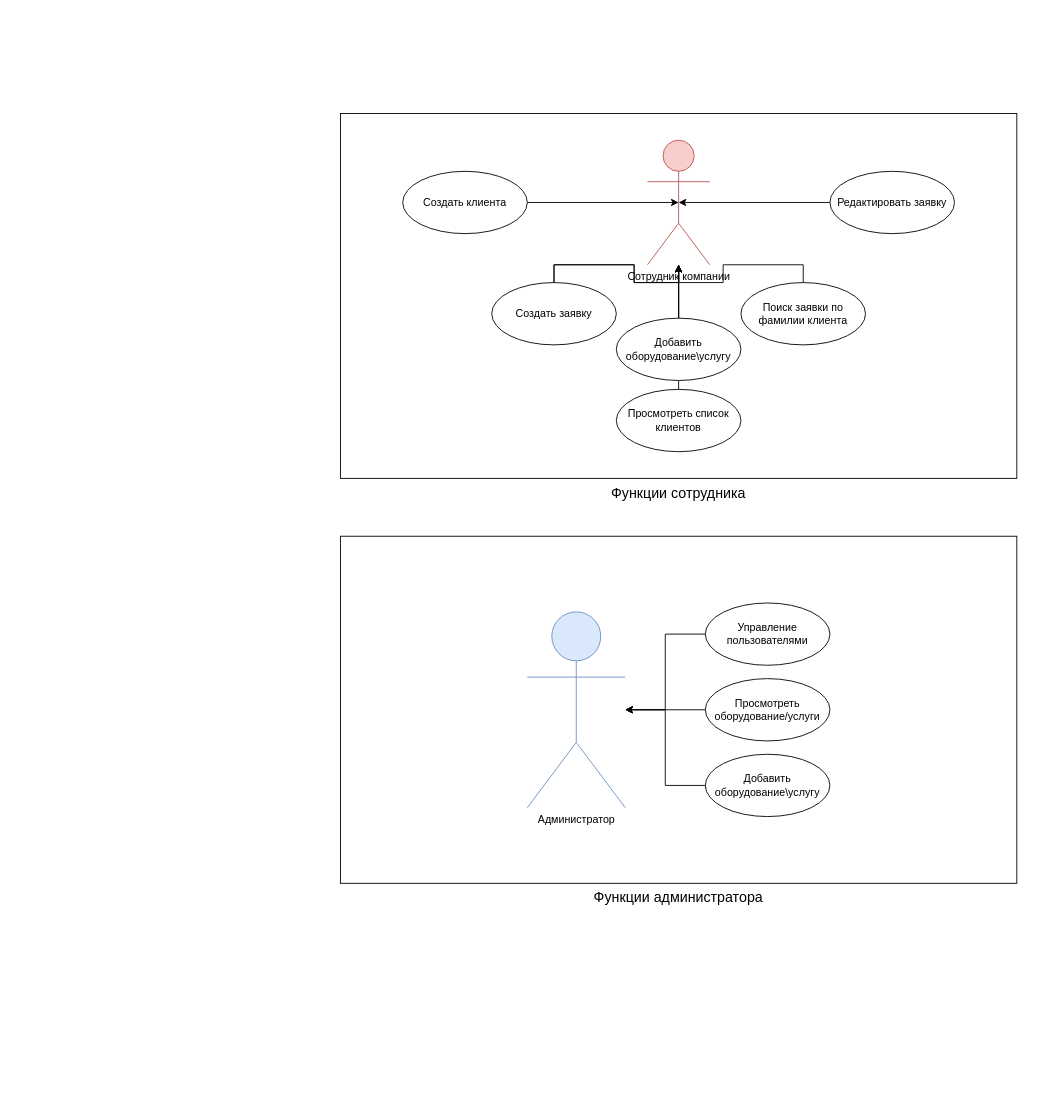
HoveringTurtle/testrep keeps this draw.io diagram as ConsoleApp1/Use-case diagram for apex.drawio. Above is the earlier version. Source tidied: cells renumbered, new cells numbered last; positions are measured from the earlier drawing's top-left corner, leaving out a move shared by most shapes. Both pictures are drawn from the tidied source at 89%, with x=0, y=0 at pixel (340, 113).
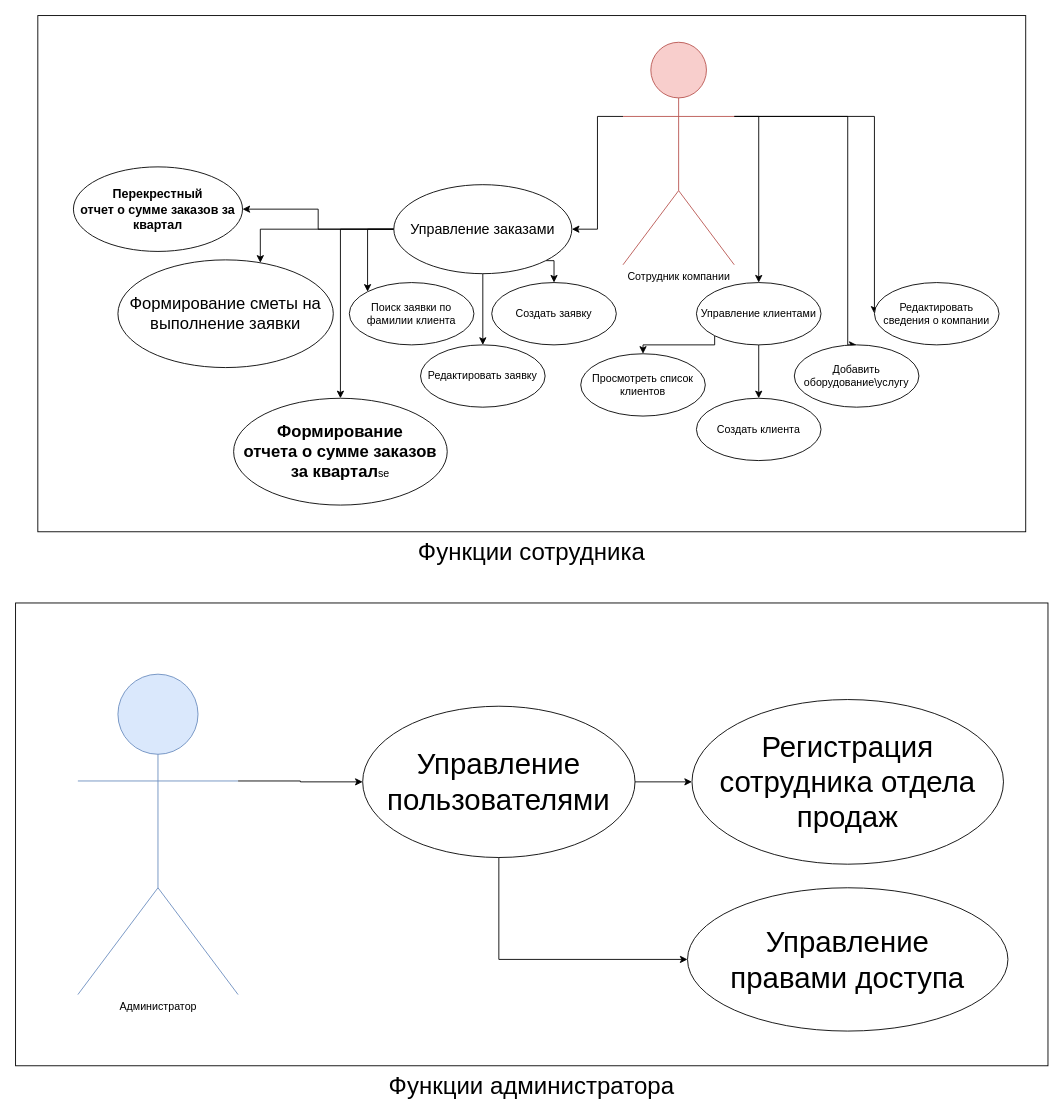
The same diagram, later.

The change refers to these unchanged cells:
```xml
<mxCell id="23" value="Создать заявку" style="ellipse;whiteSpace=wrap;html=1;" parent="1" vertex="1">
  <mxGeometry x="170" y="190" width="140" height="70" as="geometry" />
</mxCell>
```

The edit, as a diff of the source:
```diff
@@
-    <mxCell id="2" value="&lt;span style=&quot;font-size: 16px;&quot;&gt;Функции администратора&lt;/span&gt;" style="html=1;whiteSpace=wrap;labelPosition=center;verticalLabelPosition=bottom;align=center;verticalAlign=top;" parent="1" vertex="1">
-      <mxGeometry y="475" width="760" height="390" as="geometry" />
+    <mxCell id="2" value="&lt;font style=&quot;font-size: 27px;&quot;&gt;Функции администратора&lt;/font&gt;" style="html=1;whiteSpace=wrap;labelPosition=center;verticalLabelPosition=bottom;align=center;verticalAlign=top;" parent="1" vertex="1">
+      <mxGeometry x="-365" y="550" width="1160" height="520" as="geometry" />
     </mxCell>
-    <mxCell id="3" value="Функции сотрудника" style="html=1;whiteSpace=wrap;labelPosition=center;verticalLabelPosition=bottom;align=center;verticalAlign=top;fontSize=16;" parent="1" vertex="1">
-      <mxGeometry width="760" height="410" as="geometry" />
+    <mxCell id="3" value="&lt;font style=&quot;font-size: 27px;&quot;&gt;Функции сотрудника&lt;/font&gt;" style="html=1;whiteSpace=wrap;labelPosition=center;verticalLabelPosition=bottom;align=center;verticalAlign=top;fontSize=16;" parent="1" vertex="1">
+      <mxGeometry x="-340" y="-110" width="1110" height="580" as="geometry" />
     </mxCell>
+    <mxCell id="26" style="edgeStyle=orthogonalEdgeStyle;rounded=0;jettySize=auto;html=1;exitX=1;exitY=0.3333333333333333;exitDx=0;exitDy=0;exitPerimeter=0;entryX=0;entryY=0.5;entryDx=0;entryDy=0;" parent="1" edge="1" source="4" target="34">
+      <mxGeometry relative="1" as="geometry">
+        <Array as="points">
+          <mxPoint x="600" y="3" />
+        </Array>
+      </mxGeometry>
+    </mxCell>
+    <mxCell id="27" style="edgeStyle=orthogonalEdgeStyle;rounded=0;jettySize=auto;html=1;exitX=0;exitY=0.3333333333333333;exitDx=0;exitDy=0;exitPerimeter=0;entryX=1;entryY=0.5;entryDx=0;entryDy=0;" parent="1" edge="1" source="4" target="42">
+      <mxGeometry relative="1" as="geometry" />
+    </mxCell>
+    <mxCell id="28" style="edgeStyle=orthogonalEdgeStyle;rounded=0;jettySize=auto;html=1;exitX=1;exitY=0.3333333333333333;exitDx=0;exitDy=0;exitPerimeter=0;entryX=0.5;entryY=0;entryDx=0;entryDy=0;" parent="1" edge="1" source="4" target="48">
+      <mxGeometry relative="1" as="geometry" />
+    </mxCell>
+    <mxCell id="29" style="edgeStyle=orthogonalEdgeStyle;rounded=0;jettySize=auto;html=1;exitX=1;exitY=0.3333333333333333;exitDx=0;exitDy=0;exitPerimeter=0;entryX=0.5;entryY=0;entryDx=0;entryDy=0;" parent="1" edge="1" source="4" target="24">
+      <mxGeometry relative="1" as="geometry">
+        <Array as="points">
+          <mxPoint x="570" y="3" />
+          <mxPoint x="570" y="260" />
+        </Array>
+      </mxGeometry>
+    </mxCell>
     <mxCell id="4" value="Сотрудник компании" style="shape=umlActor;verticalLabelPosition=bottom;verticalAlign=top;html=1;outlineConnect=0;fillColor=#f8cecc;strokeColor=#b85450;" parent="1" vertex="1">
-      <mxGeometry x="345" y="30" width="70" height="140" as="geometry" />
+      <mxGeometry x="317.5" y="-80" width="125" height="250" as="geometry" />
     </mxCell>
+    <mxCell id="30" style="edgeStyle=orthogonalEdgeStyle;rounded=0;jettySize=auto;html=1;exitX=1;exitY=0.3333333333333333;exitDx=0;exitDy=0;exitPerimeter=0;entryX=0;entryY=0.5;entryDx=0;entryDy=0;" parent="1" edge="1" source="5" target="22">
+      <mxGeometry relative="1" as="geometry" />
+    </mxCell>
     <mxCell id="5" value="Администратор" style="shape=umlActor;verticalLabelPosition=bottom;verticalAlign=top;html=1;outlineConnect=0;fillColor=#dae8fc;strokeColor=#6c8ebf;" parent="1" vertex="1">
-      <mxGeometry x="210" y="560" width="110" height="220" as="geometry" />
+      <mxGeometry x="-295" y="630" width="180" height="360" as="geometry" />
     </mxCell>
-    <mxCell id="6" style="edgeStyle=orthogonalEdgeStyle;rounded=0;jettySize=auto;html=1;exitX=0.5;exitY=0;exitDx=0;exitDy=0;" parent="1" edge="1" source="23" target="4">
-      <mxGeometry relative="1" as="geometry" />
-    </mxCell>
     <mxCell id="7" value="Создать клиента" style="ellipse;whiteSpace=wrap;html=1;" parent="1" vertex="1">
-      <mxGeometry x="70" y="65" width="140" height="70" as="geometry" />
+      <mxGeometry x="400" y="320" width="140" height="70" as="geometry" />
     </mxCell>
-    <mxCell id="8" style="edgeStyle=orthogonalEdgeStyle;rounded=0;jettySize=auto;html=1;exitX=0.5;exitY=0;exitDx=0;exitDy=0;" parent="1" edge="1" source="9" target="4">
-      <mxGeometry relative="1" as="geometry" />
-    </mxCell>
     <mxCell id="9" value="Просмотреть список клиентов" style="ellipse;whiteSpace=wrap;html=1;" parent="1" vertex="1">
-      <mxGeometry x="310" y="310" width="140" height="70" as="geometry" />
+      <mxGeometry x="270" y="270" width="140" height="70" as="geometry" />
     </mxCell>
-    <mxCell id="10" style="edgeStyle=orthogonalEdgeStyle;rounded=0;jettySize=auto;html=1;exitX=0;exitY=0.5;exitDx=0;exitDy=0;entryX=0.5;entryY=0.5;entryDx=0;entryDy=0;entryPerimeter=0;" parent="1" edge="1" source="11" target="4">
-      <mxGeometry relative="1" as="geometry" />
-    </mxCell>
     <mxCell id="11" value="Редактировать заявку" style="ellipse;whiteSpace=wrap;html=1;" parent="1" vertex="1">
-      <mxGeometry x="550" y="65" width="140" height="70" as="geometry" />
+      <mxGeometry x="90" y="260" width="140" height="70" as="geometry" />
     </mxCell>
-    <mxCell id="12" style="edgeStyle=orthogonalEdgeStyle;rounded=0;jettySize=auto;html=1;exitX=0.5;exitY=0;exitDx=0;exitDy=0;" parent="1" edge="1" source="23" target="4">
-      <mxGeometry relative="1" as="geometry" />
-    </mxCell>
-    <mxCell id="13" style="edgeStyle=orthogonalEdgeStyle;rounded=0;jettySize=auto;html=1;exitX=0.5;exitY=0;exitDx=0;exitDy=0;" parent="1" edge="1" source="24" target="4">
-      <mxGeometry relative="1" as="geometry" />
-    </mxCell>
-    <mxCell id="14" style="edgeStyle=orthogonalEdgeStyle;rounded=0;jettySize=auto;html=1;exitX=0.5;exitY=0;exitDx=0;exitDy=0;" parent="1" edge="1" source="24" target="4">
-      <mxGeometry relative="1" as="geometry" />
-    </mxCell>
-    <mxCell id="15" style="edgeStyle=orthogonalEdgeStyle;rounded=0;jettySize=auto;html=1;exitX=0.5;exitY=0;exitDx=0;exitDy=0;" parent="1" edge="1" source="16" target="4">
-      <mxGeometry relative="1" as="geometry" />
-    </mxCell>
     <mxCell id="16" value="Поиск заявки по фамилии клиента" style="ellipse;whiteSpace=wrap;html=1;" parent="1" vertex="1">
-      <mxGeometry x="450" y="190" width="140" height="70" as="geometry" />
+      <mxGeometry x="10" y="190" width="140" height="70" as="geometry" />
     </mxCell>
-    <mxCell id="17" style="edgeStyle=orthogonalEdgeStyle;rounded=0;jettySize=auto;html=1;exitX=0;exitY=0.5;exitDx=0;exitDy=0;" parent="1" edge="1" source="18" target="5">
-      <mxGeometry relative="1" as="geometry" />
-    </mxCell>
-    <mxCell id="18" value="Просмотреть оборудование/услуги" style="ellipse;whiteSpace=wrap;html=1;" parent="1" vertex="1">
-      <mxGeometry x="410" y="635" width="140" height="70" as="geometry" />
-    </mxCell>
-    <mxCell id="19" style="edgeStyle=orthogonalEdgeStyle;rounded=0;jettySize=auto;html=1;" parent="1" edge="1" source="20" target="5">
-      <mxGeometry relative="1" as="geometry" />
-    </mxCell>
-    <mxCell id="20" value="Добавить оборудование\услугу" style="ellipse;whiteSpace=wrap;html=1;" parent="1" vertex="1">
-      <mxGeometry x="410" y="720" width="140" height="70" as="geometry" />
-    </mxCell>
-    <mxCell id="21" style="edgeStyle=orthogonalEdgeStyle;rounded=0;jettySize=auto;html=1;exitX=0;exitY=0.5;exitDx=0;exitDy=0;" parent="1" edge="1" source="22" target="5">
-      <mxGeometry relative="1" as="geometry">
-        <Array as="points">
-          <mxPoint x="365" y="585" />
-          <mxPoint x="365" y="670" />
-        </Array>
-      </mxGeometry>
-    </mxCell>
+    <mxCell id="31" style="edgeStyle=orthogonalEdgeStyle;rounded=0;jettySize=auto;html=1;exitX=1;exitY=0.5;exitDx=0;exitDy=0;" parent="1" edge="1" source="22" target="33">
+      <mxGeometry relative="1" as="geometry" />
+    </mxCell>
+    <mxCell id="32" style="edgeStyle=orthogonalEdgeStyle;rounded=0;jettySize=auto;html=1;exitX=0.5;exitY=1;exitDx=0;exitDy=0;entryX=0;entryY=0.5;entryDx=0;entryDy=0;" parent="1" edge="1" source="22" target="45">
+      <mxGeometry relative="1" as="geometry" />
+    </mxCell>
-    <mxCell id="22" value="Управление пользователями" style="ellipse;whiteSpace=wrap;html=1;" parent="1" vertex="1">
-      <mxGeometry x="410" y="550" width="140" height="70" as="geometry" />
+    <mxCell id="22" value="Управление пользователями" style="ellipse;whiteSpace=wrap;html=1;fontSize=33;" parent="1" vertex="1">
+      <mxGeometry x="25" y="666" width="306" height="170" as="geometry" />
     </mxCell>
@@
     <mxCell id="24" value="Добавить оборудование\услугу" style="ellipse;whiteSpace=wrap;html=1;" parent="1" vertex="1">
-      <mxGeometry x="310" y="230" width="140" height="70" as="geometry" />
+      <mxGeometry x="510" y="260" width="140" height="70" as="geometry" />
     </mxCell>
-    <mxCell id="25" style="edgeStyle=orthogonalEdgeStyle;rounded=0;jettySize=auto;html=1;exitX=1;exitY=0.5;exitDx=0;exitDy=0;entryX=0.5;entryY=0.5;entryDx=0;entryDy=0;entryPerimeter=0;" parent="1" edge="1" source="7" target="4">
-      <mxGeometry relative="1" as="geometry" />
-    </mxCell>
+    <mxCell id="33" value="Регистрация сотрудника отдела продаж" style="ellipse;whiteSpace=wrap;html=1;fontSize=33;" parent="1" vertex="1">
+      <mxGeometry x="395" y="658.5" width="350" height="185" as="geometry" />
+    </mxCell>
+    <mxCell id="34" value="Редактировать сведения о компании" style="ellipse;whiteSpace=wrap;html=1;" parent="1" vertex="1">
+      <mxGeometry x="600" y="190" width="140" height="70" as="geometry" />
+    </mxCell>
+    <mxCell id="35" value="&lt;span style=&quot;font-size: 18.6667px; text-align: left;&quot;&gt;Формирование сметы на выполнение заявки&lt;/span&gt;" style="ellipse;whiteSpace=wrap;html=1;" parent="1" vertex="1">
+      <mxGeometry x="-250" y="164.5" width="242" height="121" as="geometry" />
+    </mxCell>
+    <mxCell id="36" style="edgeStyle=orthogonalEdgeStyle;rounded=0;jettySize=auto;html=1;exitX=1;exitY=1;exitDx=0;exitDy=0;entryX=0.5;entryY=0;entryDx=0;entryDy=0;" parent="1" edge="1" source="42" target="23">
+      <mxGeometry relative="1" as="geometry" />
+    </mxCell>
+    <mxCell id="37" style="edgeStyle=orthogonalEdgeStyle;rounded=0;jettySize=auto;html=1;exitX=0.5;exitY=1;exitDx=0;exitDy=0;entryX=0.5;entryY=0;entryDx=0;entryDy=0;" parent="1" edge="1" source="42" target="11">
+      <mxGeometry relative="1" as="geometry" />
+    </mxCell>
+    <mxCell id="38" style="edgeStyle=orthogonalEdgeStyle;rounded=0;jettySize=auto;html=1;exitX=0;exitY=0.5;exitDx=0;exitDy=0;entryX=0;entryY=0;entryDx=0;entryDy=0;" parent="1" edge="1" source="42" target="16">
+      <mxGeometry relative="1" as="geometry" />
+    </mxCell>
+    <mxCell id="39" style="edgeStyle=orthogonalEdgeStyle;rounded=0;jettySize=auto;html=1;exitX=0;exitY=0.5;exitDx=0;exitDy=0;" parent="1" edge="1" source="42" target="35">
+      <mxGeometry relative="1" as="geometry">
+        <Array as="points">
+          <mxPoint x="-90" y="130" />
+        </Array>
+      </mxGeometry>
+    </mxCell>
+    <mxCell id="40" style="edgeStyle=orthogonalEdgeStyle;rounded=0;jettySize=auto;html=1;exitX=0;exitY=0.5;exitDx=0;exitDy=0;entryX=0.5;entryY=0;entryDx=0;entryDy=0;" parent="1" edge="1" source="42" target="43">
+      <mxGeometry relative="1" as="geometry" />
+    </mxCell>
+    <mxCell id="41" style="edgeStyle=orthogonalEdgeStyle;rounded=0;jettySize=auto;html=1;exitX=0;exitY=0.5;exitDx=0;exitDy=0;entryX=1;entryY=0.5;entryDx=0;entryDy=0;" parent="1" edge="1" source="42" target="44">
+      <mxGeometry relative="1" as="geometry" />
+    </mxCell>
+    <mxCell id="42" value="Управление заказами" style="ellipse;whiteSpace=wrap;html=1;fontSize=16;" parent="1" vertex="1">
+      <mxGeometry x="60" y="80" width="200" height="100" as="geometry" />
+    </mxCell>
+    <mxCell id="43" value="&lt;b style=&quot;font-size: 18.6667px; text-align: left;&quot;&gt;Формирование&lt;br&gt;отчета о сумме заказов за квартал&lt;/b&gt;se" style="ellipse;whiteSpace=wrap;html=1;" parent="1" vertex="1">
+      <mxGeometry x="-120" y="320" width="240" height="120" as="geometry" />
+    </mxCell>
+    <mxCell id="44" value="&lt;b style=&quot;text-align: left;&quot;&gt;&lt;font style=&quot;font-size: 14px;&quot;&gt;Перекрестный&lt;br&gt;отчет о сумме заказов за квартал&lt;/font&gt;&lt;/b&gt;" style="ellipse;whiteSpace=wrap;html=1;" parent="1" vertex="1">
+      <mxGeometry x="-300" y="60" width="190" height="95" as="geometry" />
+    </mxCell>
+    <mxCell id="45" value="&lt;font&gt;&lt;span style=&quot;text-align: left;&quot;&gt;Управление правами&amp;nbsp;&lt;/span&gt;&lt;span style=&quot;text-align: left;&quot;&gt;доступа&lt;/span&gt;&lt;/font&gt;" style="ellipse;whiteSpace=wrap;html=1;fontSize=33;" parent="1" vertex="1">
+      <mxGeometry x="390" y="870" width="360" height="161" as="geometry" />
+    </mxCell>
+    <mxCell id="46" style="edgeStyle=orthogonalEdgeStyle;rounded=0;jettySize=auto;html=1;exitX=0;exitY=1;exitDx=0;exitDy=0;entryX=0.5;entryY=0;entryDx=0;entryDy=0;" parent="1" edge="1" source="48" target="9">
+      <mxGeometry relative="1" as="geometry">
+        <Array as="points">
+          <mxPoint x="420" y="260" />
+          <mxPoint x="340" y="260" />
+        </Array>
+      </mxGeometry>
+    </mxCell>
+    <mxCell id="47" style="edgeStyle=orthogonalEdgeStyle;rounded=0;jettySize=auto;html=1;exitX=0.5;exitY=1;exitDx=0;exitDy=0;entryX=0.5;entryY=0;entryDx=0;entryDy=0;" parent="1" edge="1" source="48" target="7">
+      <mxGeometry relative="1" as="geometry" />
+    </mxCell>
+    <mxCell id="48" value="Управление клиентами" style="ellipse;whiteSpace=wrap;html=1;" parent="1" vertex="1">
+      <mxGeometry x="400" y="190" width="140" height="70" as="geometry" />
+    </mxCell>
```
